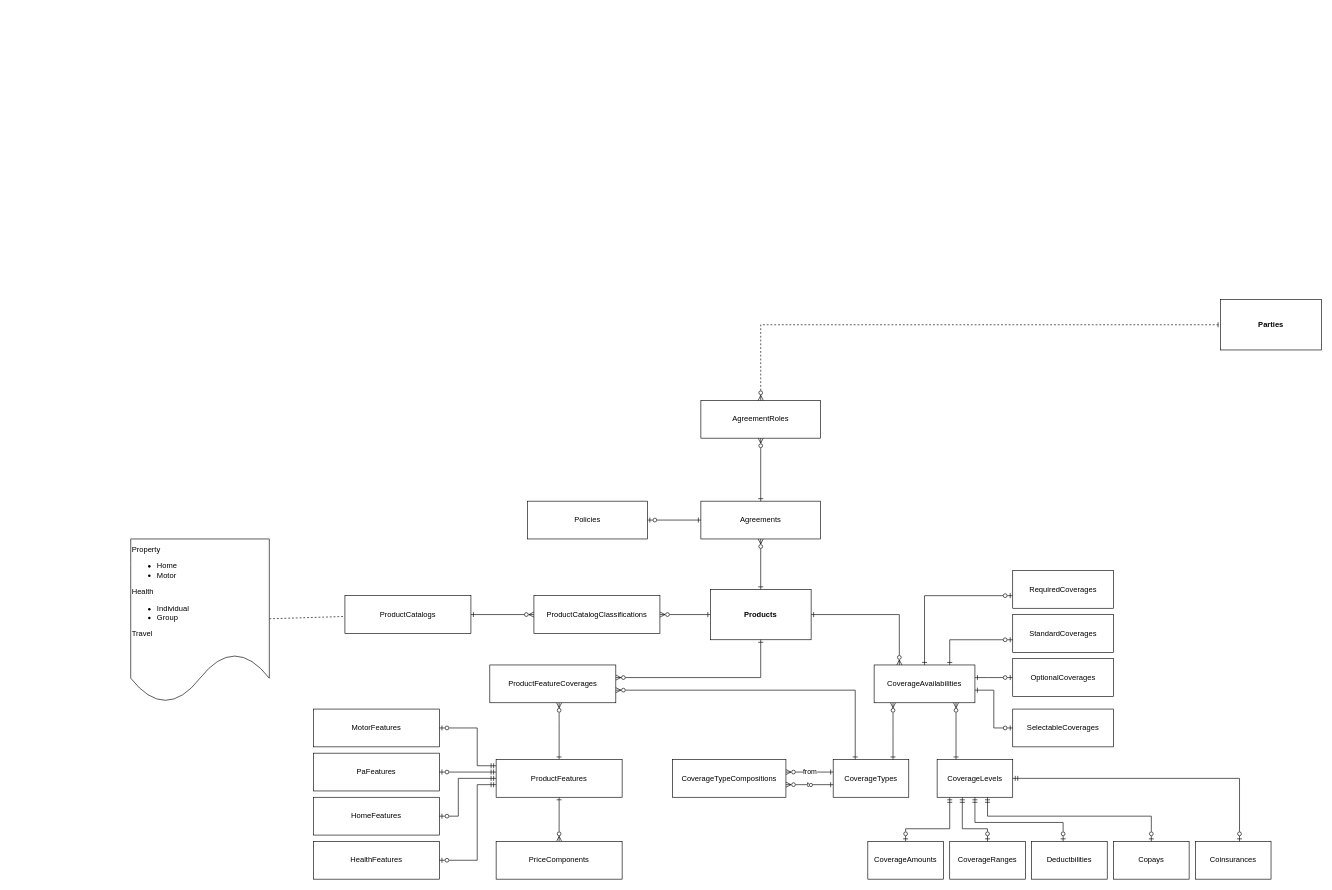
Before: mti-system.drawio in chavp/data-modeling, a draw.io diagram. Source tidied: cells renumbered, new cells numbered last; positions are measured from the earlier drawing's top-left corner, leaving out a move shared by most shapes. Both pictures are drawn from the tidied source at 63%, with x=0, y=0 at pixel (130, 299).
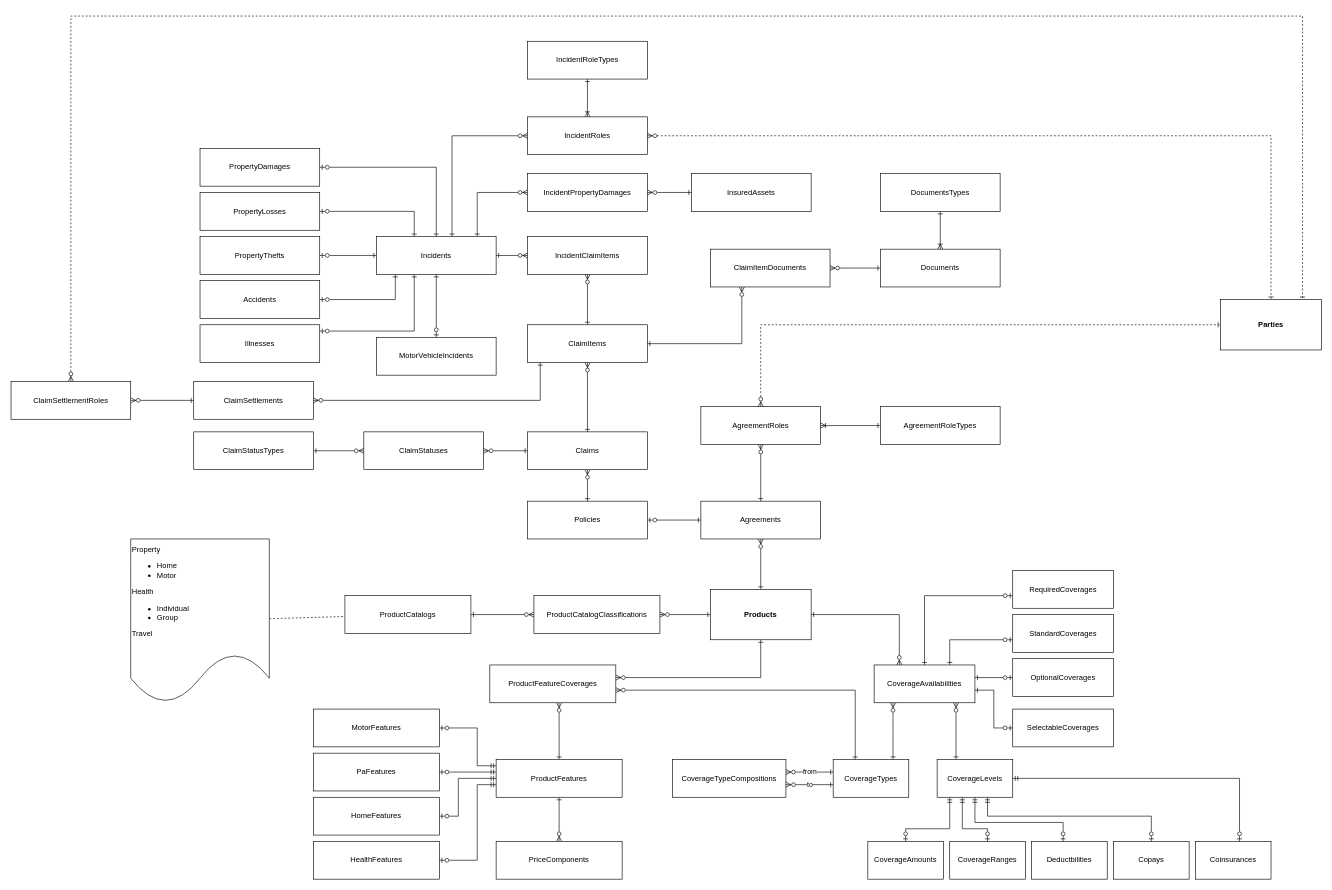
The same page after the edit.

Unchanged cells that the change refers to:
```xml
<mxCell id="55" value="Parties" style="rounded=0;whiteSpace=wrap;html=1;fontStyle=1;" parent="1" vertex="1">
  <mxGeometry x="1730" width="160" height="80" as="geometry" />
</mxCell>
<mxCell id="57" value="Policies" style="rounded=0;whiteSpace=wrap;html=1;" parent="1" vertex="1">
  <mxGeometry x="630" y="320" width="190" height="60" as="geometry" />
</mxCell>
```

Diff of the diagram source:
```diff
@@
     <mxCell id="54" value="AgreementRoles" style="rounded=0;whiteSpace=wrap;html=1;" parent="1" vertex="1">
-      <mxGeometry x="905" y="160" width="190" height="60" as="geometry" />
+      <mxGeometry x="905" y="170" width="190" height="60" as="geometry" />
     </mxCell>
@@
+    <mxCell id="59" style="edgeStyle=orthogonalEdgeStyle;rounded=0;jettySize=auto;html=1;startArrow=ERzeroToMany;startFill=0;endArrow=ERone;endFill=0;" parent="1" edge="1" source="60" target="57">
+      <mxGeometry relative="1" as="geometry" />
+    </mxCell>
+    <mxCell id="60" value="Claims" style="rounded=0;whiteSpace=wrap;html=1;" parent="1" vertex="1">
+      <mxGeometry x="630" y="210" width="190" height="60" as="geometry" />
+    </mxCell>
+    <mxCell id="61" style="edgeStyle=orthogonalEdgeStyle;rounded=0;jettySize=auto;html=1;startArrow=ERzeroToMany;startFill=0;endArrow=ERone;endFill=0;" parent="1" edge="1" source="62" target="60">
+      <mxGeometry relative="1" as="geometry" />
+    </mxCell>
+    <mxCell id="62" value="ClaimItems" style="rounded=0;whiteSpace=wrap;html=1;" parent="1" vertex="1">
+      <mxGeometry x="630" y="40" width="190" height="60" as="geometry" />
+    </mxCell>
+    <mxCell id="63" style="edgeStyle=orthogonalEdgeStyle;rounded=0;jettySize=auto;html=1;startArrow=ERzeroToMany;startFill=0;endArrow=ERone;endFill=0;" parent="1" edge="1" source="65" target="60">
+      <mxGeometry relative="1" as="geometry" />
+    </mxCell>
+    <mxCell id="64" style="edgeStyle=orthogonalEdgeStyle;rounded=0;jettySize=auto;html=1;endArrow=ERone;endFill=0;startArrow=ERzeroToMany;startFill=0;" parent="1" edge="1" source="65" target="66">
+      <mxGeometry relative="1" as="geometry" />
+    </mxCell>
+    <mxCell id="65" value="ClaimStatuses" style="rounded=0;whiteSpace=wrap;html=1;" parent="1" vertex="1">
+      <mxGeometry x="370" y="210" width="190" height="60" as="geometry" />
+    </mxCell>
+    <mxCell id="66" value="ClaimStatusTypes" style="rounded=0;whiteSpace=wrap;html=1;" parent="1" vertex="1">
+      <mxGeometry x="100" y="210" width="190" height="60" as="geometry" />
+    </mxCell>
+    <mxCell id="67" value="InsuredAssets" style="rounded=0;whiteSpace=wrap;html=1;" parent="1" vertex="1">
+      <mxGeometry x="890" y="-200" width="190" height="60" as="geometry" />
+    </mxCell>
+    <mxCell id="68" value="Incidents" style="rounded=0;whiteSpace=wrap;html=1;" parent="1" vertex="1">
+      <mxGeometry x="390" y="-100" width="190" height="60" as="geometry" />
+    </mxCell>
+    <mxCell id="69" style="edgeStyle=orthogonalEdgeStyle;rounded=0;jettySize=auto;html=1;startArrow=ERzeroToOne;startFill=0;endArrow=ERone;endFill=0;" parent="1" edge="1" source="70" target="68">
+      <mxGeometry relative="1" as="geometry" />
+    </mxCell>
+    <mxCell id="70" value="PropertyDamages" style="rounded=0;whiteSpace=wrap;html=1;" parent="1" vertex="1">
+      <mxGeometry x="110" y="-240" width="190" height="60" as="geometry" />
+    </mxCell>
+    <mxCell id="71" style="edgeStyle=orthogonalEdgeStyle;rounded=0;jettySize=auto;html=1;startArrow=ERzeroToOne;startFill=0;endArrow=ERone;endFill=0;" parent="1" edge="1" source="72" target="68">
+      <mxGeometry relative="1" as="geometry">
+        <Array as="points">
+          <mxPoint x="450" y="-140" />
+        </Array>
+      </mxGeometry>
+    </mxCell>
+    <mxCell id="72" value="PropertyLosses" style="rounded=0;whiteSpace=wrap;html=1;" parent="1" vertex="1">
+      <mxGeometry x="110" y="-170" width="190" height="60" as="geometry" />
+    </mxCell>
+    <mxCell id="73" style="edgeStyle=orthogonalEdgeStyle;rounded=0;jettySize=auto;html=1;startArrow=ERzeroToOne;startFill=0;endArrow=ERone;endFill=0;" parent="1" edge="1" source="74" target="68">
+      <mxGeometry relative="1" as="geometry">
+        <Array as="points">
+          <mxPoint x="370" y="-70" />
+          <mxPoint x="370" y="-70" />
+        </Array>
+      </mxGeometry>
+    </mxCell>
+    <mxCell id="74" value="PropertyThefts" style="rounded=0;whiteSpace=wrap;html=1;" parent="1" vertex="1">
+      <mxGeometry x="110" y="-100" width="190" height="60" as="geometry" />
+    </mxCell>
+    <mxCell id="75" style="edgeStyle=orthogonalEdgeStyle;rounded=0;jettySize=auto;html=1;startArrow=ERzeroToOne;startFill=0;endArrow=ERone;endFill=0;" parent="1" edge="1" source="76" target="68">
+      <mxGeometry relative="1" as="geometry">
+        <Array as="points">
+          <mxPoint x="420" />
+        </Array>
+      </mxGeometry>
+    </mxCell>
+    <mxCell id="76" value="Accidents" style="rounded=0;whiteSpace=wrap;html=1;" parent="1" vertex="1">
+      <mxGeometry x="110" y="-30" width="190" height="60" as="geometry" />
+    </mxCell>
+    <mxCell id="77" style="edgeStyle=orthogonalEdgeStyle;rounded=0;jettySize=auto;html=1;startArrow=ERzeroToOne;startFill=0;endArrow=ERone;endFill=0;" parent="1" edge="1" source="78" target="68">
+      <mxGeometry relative="1" as="geometry">
+        <Array as="points">
+          <mxPoint x="450" y="50" />
+        </Array>
+      </mxGeometry>
+    </mxCell>
+    <mxCell id="78" value="Illnesses" style="rounded=0;whiteSpace=wrap;html=1;" parent="1" vertex="1">
+      <mxGeometry x="110" y="40" width="190" height="60" as="geometry" />
+    </mxCell>
+    <mxCell id="79" style="edgeStyle=orthogonalEdgeStyle;rounded=0;jettySize=auto;html=1;endArrow=ERone;endFill=0;startArrow=ERzeroToOne;startFill=0;" parent="1" edge="1" source="80" target="68">
+      <mxGeometry relative="1" as="geometry" />
+    </mxCell>
+    <mxCell id="80" value="MotorVehicleIncidents" style="rounded=0;whiteSpace=wrap;html=1;" parent="1" vertex="1">
+      <mxGeometry x="390" y="60" width="190" height="60" as="geometry" />
+    </mxCell>
+    <mxCell id="81" value="IncidentRoles" style="rounded=0;whiteSpace=wrap;html=1;" parent="1" vertex="1">
+      <mxGeometry x="630" y="-290" width="190" height="60" as="geometry" />
+    </mxCell>
+    <mxCell id="82" style="edgeStyle=orthogonalEdgeStyle;rounded=0;jettySize=auto;html=1;endArrow=ERone;endFill=0;startArrow=ERzeroToMany;startFill=0;" parent="1" edge="1" source="81" target="68">
+      <mxGeometry relative="1" as="geometry">
+        <Array as="points">
+          <mxPoint x="510" y="-260" />
+        </Array>
+      </mxGeometry>
+    </mxCell>
+    <mxCell id="83" style="edgeStyle=orthogonalEdgeStyle;rounded=0;jettySize=auto;html=1;endArrow=ERone;endFill=0;startArrow=ERzeroToMany;startFill=0;dashed=1;" parent="1" edge="1" source="81" target="55">
+      <mxGeometry relative="1" as="geometry">
+        <Array as="points">
+          <mxPoint x="1810" y="-260" />
+        </Array>
+      </mxGeometry>
+    </mxCell>
+    <mxCell id="84" value="AgreementRoleTypes" style="rounded=0;whiteSpace=wrap;html=1;" parent="1" vertex="1">
+      <mxGeometry x="1190" y="170" width="190" height="60" as="geometry" />
+    </mxCell>
+    <mxCell id="85" style="edgeStyle=orthogonalEdgeStyle;rounded=0;jettySize=auto;html=1;endArrow=ERone;endFill=0;startArrow=ERoneToMany;startFill=0;" parent="1" edge="1" source="54" target="84">
+      <mxGeometry relative="1" as="geometry" />
+    </mxCell>
+    <mxCell id="86" value="IncidentRoleTypes" style="rounded=0;whiteSpace=wrap;html=1;" parent="1" vertex="1">
+      <mxGeometry x="630" y="-410" width="190" height="60" as="geometry" />
+    </mxCell>
+    <mxCell id="87" style="edgeStyle=orthogonalEdgeStyle;rounded=0;jettySize=auto;html=1;endArrow=ERone;endFill=0;startArrow=ERoneToMany;startFill=0;" parent="1" edge="1" source="81" target="86">
+      <mxGeometry relative="1" as="geometry" />
+    </mxCell>
+    <mxCell id="88" style="edgeStyle=orthogonalEdgeStyle;rounded=0;jettySize=auto;html=1;endArrow=ERone;endFill=0;startArrow=ERzeroToMany;startFill=0;" parent="1" edge="1" source="90" target="68">
+      <mxGeometry relative="1" as="geometry">
+        <Array as="points">
+          <mxPoint x="550" y="-170" />
+        </Array>
+      </mxGeometry>
+    </mxCell>
+    <mxCell id="89" style="edgeStyle=orthogonalEdgeStyle;rounded=0;jettySize=auto;html=1;startArrow=ERzeroToMany;startFill=0;endArrow=ERone;endFill=0;" parent="1" edge="1" source="90" target="67">
+      <mxGeometry relative="1" as="geometry" />
+    </mxCell>
+    <mxCell id="90" value="IncidentPropertyDamages" style="rounded=0;whiteSpace=wrap;html=1;" parent="1" vertex="1">
+      <mxGeometry x="630" y="-200" width="190" height="60" as="geometry" />
+    </mxCell>
+    <mxCell id="91" style="edgeStyle=orthogonalEdgeStyle;rounded=0;jettySize=auto;html=1;startArrow=ERzeroToMany;startFill=0;endArrow=ERone;endFill=0;" parent="1" edge="1" source="93" target="68">
+      <mxGeometry relative="1" as="geometry" />
+    </mxCell>
+    <mxCell id="92" style="edgeStyle=orthogonalEdgeStyle;rounded=0;jettySize=auto;html=1;startArrow=ERzeroToMany;startFill=0;endArrow=ERone;endFill=0;" parent="1" edge="1" source="93" target="62">
+      <mxGeometry relative="1" as="geometry" />
+    </mxCell>
+    <mxCell id="93" value="IncidentClaimItems" style="rounded=0;whiteSpace=wrap;html=1;" parent="1" vertex="1">
+      <mxGeometry x="630" y="-100" width="190" height="60" as="geometry" />
+    </mxCell>
+    <mxCell id="94" value="Documents" style="rounded=0;whiteSpace=wrap;html=1;" parent="1" vertex="1">
+      <mxGeometry x="1190" y="-80" width="190" height="60" as="geometry" />
+    </mxCell>
+    <mxCell id="95" style="edgeStyle=orthogonalEdgeStyle;rounded=0;jettySize=auto;html=1;startArrow=ERzeroToMany;startFill=0;endArrow=ERone;endFill=0;" parent="1" edge="1" source="97" target="94">
+      <mxGeometry relative="1" as="geometry" />
+    </mxCell>
+    <mxCell id="96" style="edgeStyle=orthogonalEdgeStyle;rounded=0;jettySize=auto;html=1;startArrow=ERzeroToMany;startFill=0;endArrow=ERone;endFill=0;" parent="1" edge="1" source="97" target="62">
+      <mxGeometry relative="1" as="geometry">
+        <Array as="points">
+          <mxPoint x="970" y="70" />
+        </Array>
+      </mxGeometry>
+    </mxCell>
+    <mxCell id="97" value="ClaimItemDocuments" style="rounded=0;whiteSpace=wrap;html=1;" parent="1" vertex="1">
+      <mxGeometry x="920" y="-80" width="190" height="60" as="geometry" />
+    </mxCell>
+    <mxCell id="98" value="DocumentsTypes" style="rounded=0;whiteSpace=wrap;html=1;" parent="1" vertex="1">
+      <mxGeometry x="1190" y="-200" width="190" height="60" as="geometry" />
+    </mxCell>
+    <mxCell id="99" style="edgeStyle=orthogonalEdgeStyle;rounded=0;jettySize=auto;html=1;endArrow=ERone;endFill=0;startArrow=ERoneToMany;startFill=0;" parent="1" edge="1" source="94" target="98">
+      <mxGeometry relative="1" as="geometry" />
+    </mxCell>
+    <mxCell id="100" value="ClaimSettlements" style="rounded=0;whiteSpace=wrap;html=1;" parent="1" vertex="1">
+      <mxGeometry x="100" y="130" width="190" height="60" as="geometry" />
+    </mxCell>
+    <mxCell id="101" style="edgeStyle=orthogonalEdgeStyle;rounded=0;jettySize=auto;html=1;startArrow=ERzeroToMany;startFill=0;endArrow=ERone;endFill=0;" parent="1" edge="1" source="100" target="62">
+      <mxGeometry relative="1" as="geometry">
+        <Array as="points">
+          <mxPoint x="650" y="160" />
+        </Array>
+      </mxGeometry>
+    </mxCell>
+    <mxCell id="102" style="edgeStyle=orthogonalEdgeStyle;rounded=0;jettySize=auto;html=1;startArrow=ERzeroToMany;startFill=0;endArrow=ERone;endFill=0;" parent="1" edge="1" source="104" target="100">
+      <mxGeometry relative="1" as="geometry" />
+    </mxCell>
+    <mxCell id="103" style="edgeStyle=orthogonalEdgeStyle;rounded=0;jettySize=auto;html=1;startArrow=ERzeroToMany;startFill=0;endArrow=ERone;endFill=0;dashed=1;" parent="1" edge="1" source="104" target="55">
+      <mxGeometry relative="1" as="geometry">
+        <Array as="points">
+          <mxPoint x="-95" y="-450" />
+          <mxPoint x="1860" y="-450" />
+        </Array>
+      </mxGeometry>
+    </mxCell>
+    <mxCell id="104" value="ClaimSettlementRoles" style="rounded=0;whiteSpace=wrap;html=1;" parent="1" vertex="1">
+      <mxGeometry x="-190" y="130" width="190" height="60" as="geometry" />
+    </mxCell>
```
